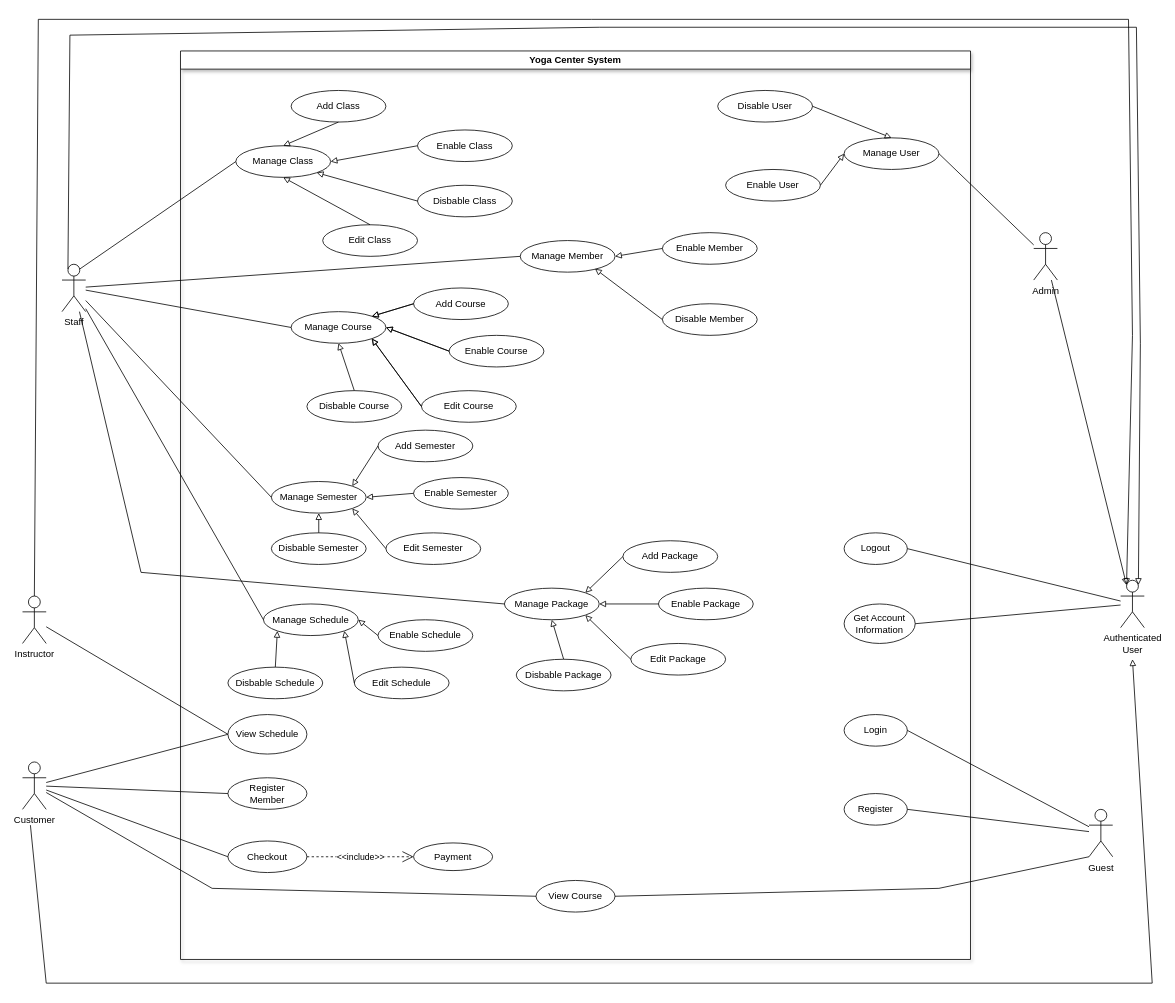
minhng-178/web-starter-projects keeps this draw.io diagram as page "SWR1" (4 of 4) of Untitled Diagram.drawio. Above is the earlier version. Source tidied: cells renumbered, new cells numbered last; positions are measured from the earlier drawing's top-left corner, leaving out a move shared by most shapes. Both pictures are drawn from the tidied source at 79%, with x=0, y=0 at pixel (22, 19).
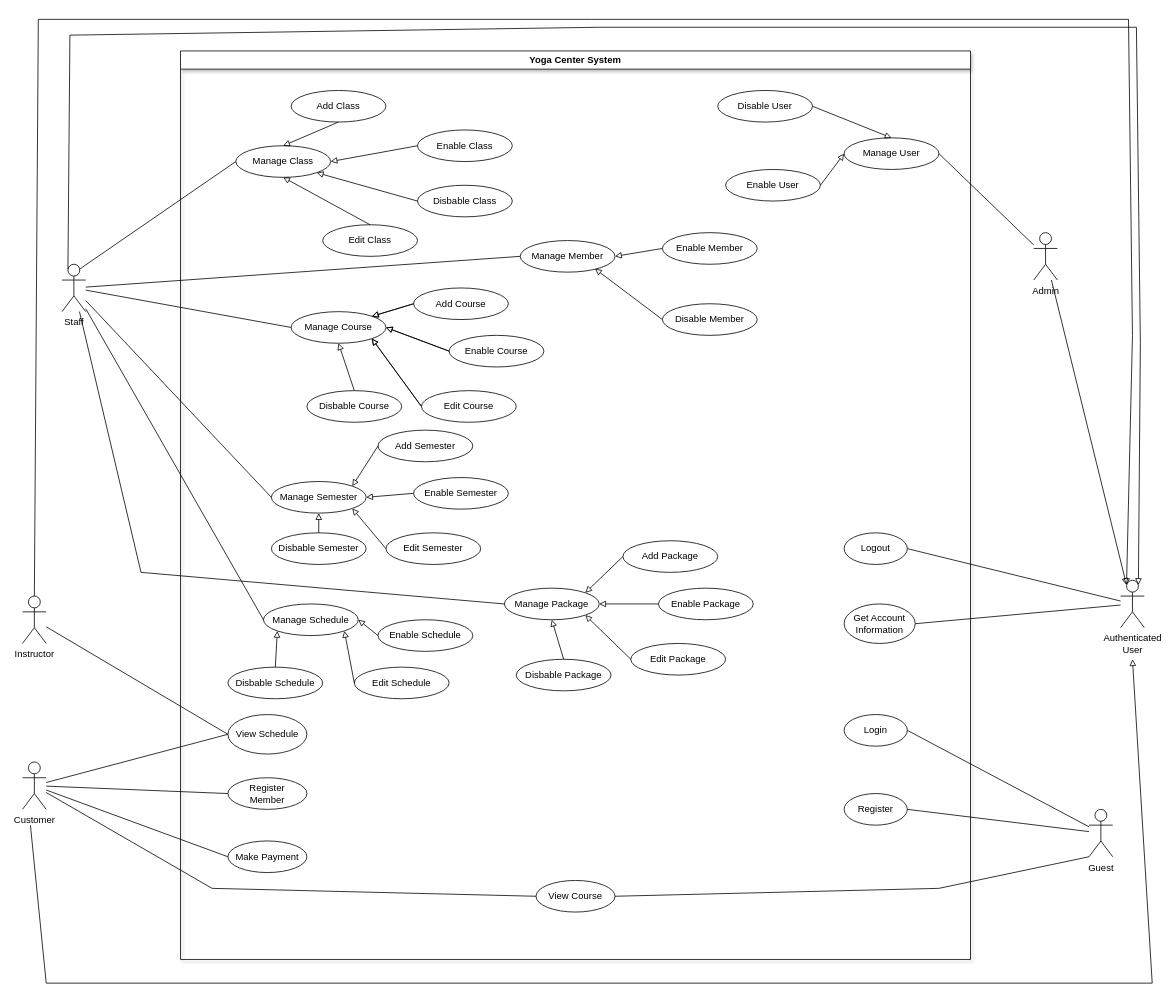
After the change.

The change refers to these unchanged cells:
```xml
<mxCell id="2" value="Yoga Center System" style="swimlane;whiteSpace=wrap;html=1;shadow=1;fontStyle=1;" parent="1" vertex="1">
  <mxGeometry x="200" y="40" width="1000" height="1150" as="geometry" />
</mxCell>
```

The edit, as a diff of the source:
```diff
@@
-    <mxCell id="58" value="Checkout" style="ellipse;whiteSpace=wrap;html=1;" parent="2" vertex="1">
+    <mxCell id="58" value="Make Payment" style="ellipse;whiteSpace=wrap;html=1;" parent="2" vertex="1">
       <mxGeometry x="60" y="1000" width="100" height="40" as="geometry" />
     </mxCell>
-    <mxCell id="59" value="Payment" style="ellipse;whiteSpace=wrap;html=1;" parent="2" vertex="1">
-      <mxGeometry x="295" y="1002.5" width="100" height="35" as="geometry" />
-    </mxCell>
-    <mxCell id="60" value="&amp;lt;&amp;lt;include&amp;gt;&amp;gt;" style="endArrow=open;dashed=1;endFill=0;endSize=12;html=1;rounded=0;exitX=1;exitY=0.5;exitDx=0;exitDy=0;entryX=0;entryY=0.5;entryDx=0;entryDy=0;" parent="2" edge="1" source="58" target="59">
-      <mxGeometry relative="1" as="geometry" />
-    </mxCell>
```
